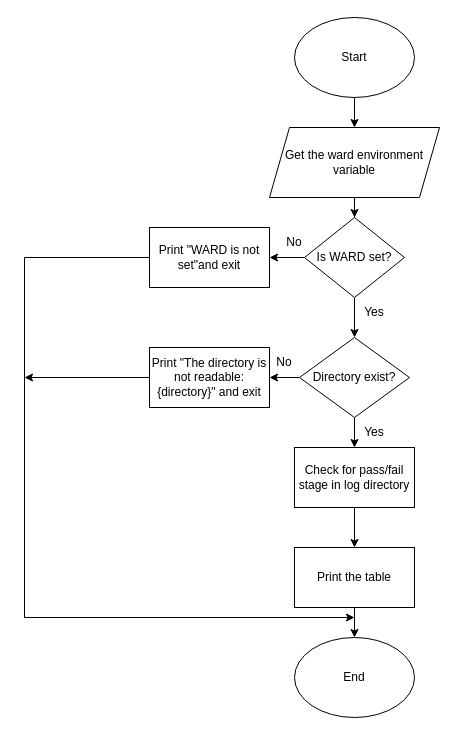
Earlier version of the draw.io diagram check_apr.drawio (firdausmn-intel/Sudoku-Solver). Source tidied: cells renumbered, new cells numbered last; positions are measured from the earlier drawing's top-left corner, leaving out a move shared by most shapes. Both pictures are drawn from the tidied source at 100%, with x=0, y=0 at pixel (24, 17).
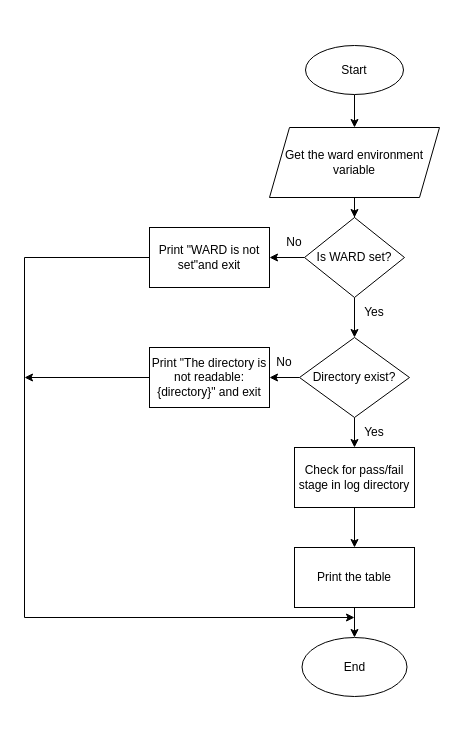
The same page after the edit.

Diff of the diagram source:
```diff
@@
-<mxGraphModel>
+<mxGraphModel background="#ffffff">
@@
     <mxCell id="3" value="Start" style="ellipse;whiteSpace=wrap;html=1;" parent="1" vertex="1">
-      <mxGeometry x="270" width="120" height="80" as="geometry" />
+      <mxGeometry x="281" y="28" width="98" height="49" as="geometry" />
     </mxCell>
@@
     <mxCell id="16" value="End" style="ellipse;whiteSpace=wrap;html=1;" parent="1" vertex="1">
-      <mxGeometry x="270" y="620" width="120" height="80" as="geometry" />
+      <mxGeometry x="277.5" y="620" width="105" height="59" as="geometry" />
     </mxCell>
```
